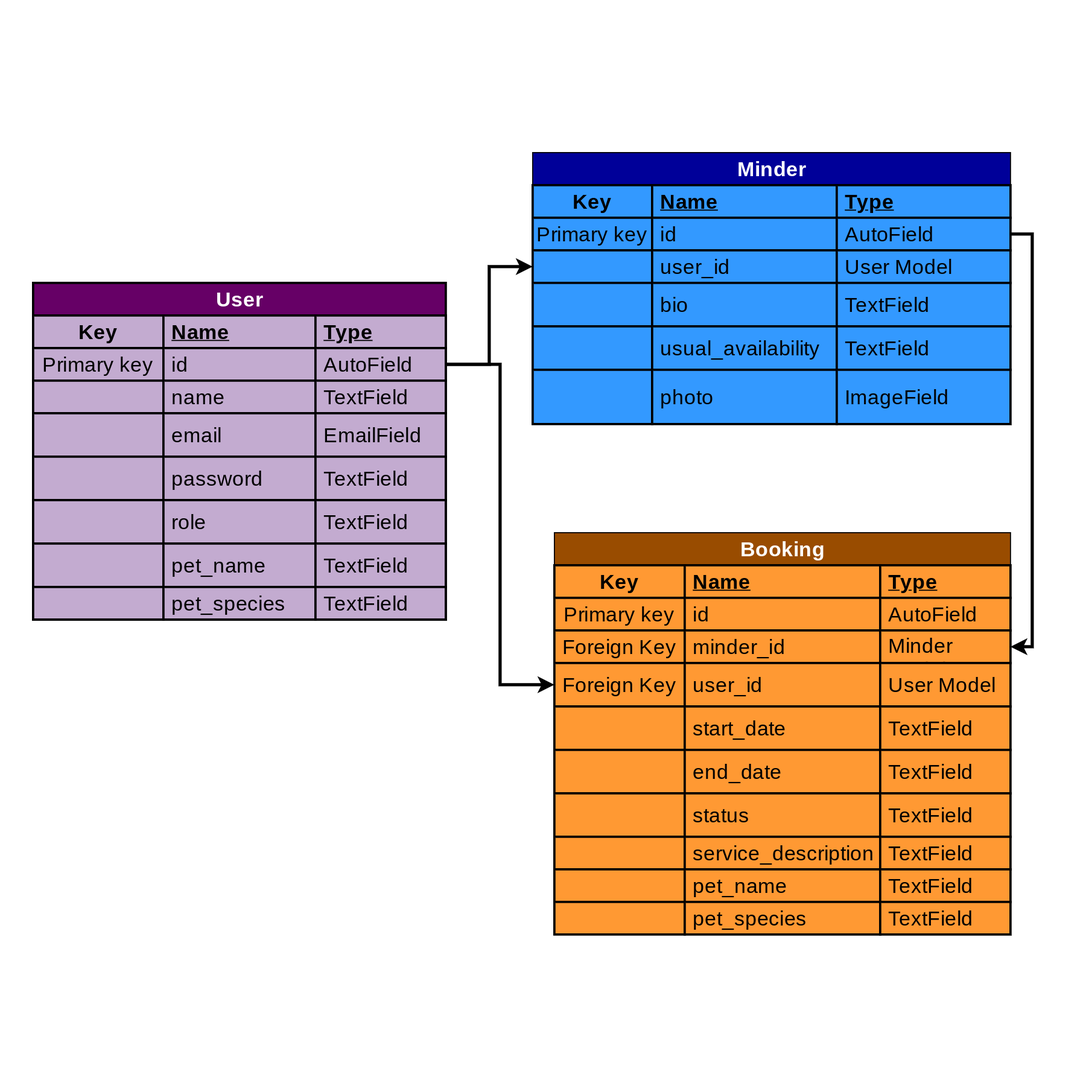
Above: readme-assets/Data-Model.png in luciotorelli/minding-paws (draw.io), before the change. Source tidied: cells renumbered, new cells last; positions are measured from the earlier drawing's top-left corner, leaving out a move shared by most shapes.
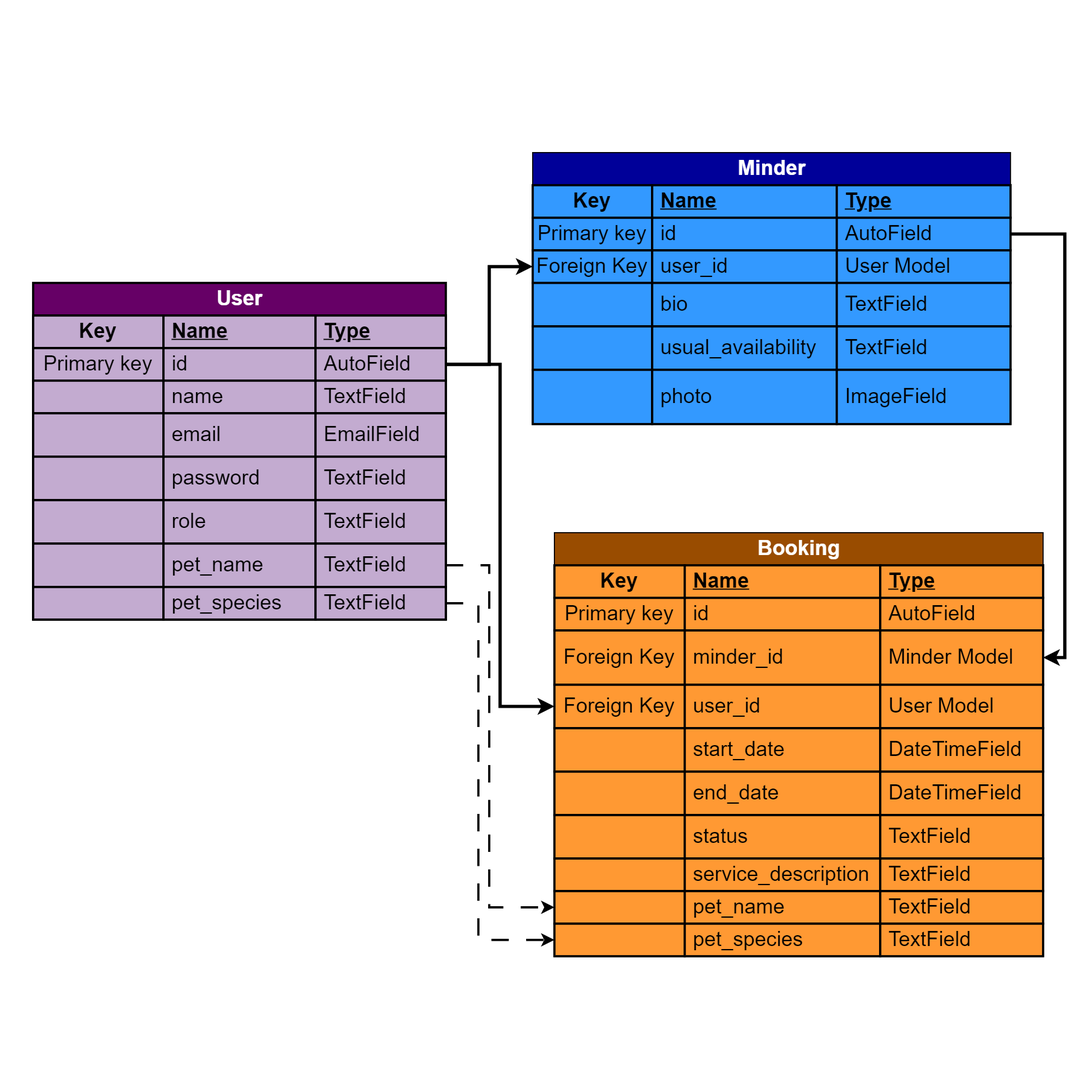
Above is the later version.

Commit message:
Update data model and add table description

+ to README

Change to the diagram source:
```diff
@@ -102,10 +102,10 @@
       <mxGeometry x="260" width="120" height="30" as="geometry" />
     </mxCell>
     <mxCell id="35" value="&lt;font style=&quot;font-size: 19px;&quot;&gt;&lt;span style=&quot;background-color: rgb(153, 76, 0); font-size: 19px;&quot;&gt;&lt;font color=&quot;#ffffff&quot; style=&quot;font-size: 19px;&quot;&gt;Booking&lt;/font&gt;&lt;/span&gt;&lt;br style=&quot;font-size: 19px;&quot;&gt;&lt;/font&gt;" style="shape=table;startSize=30;rowLines=0;fontStyle=1;align=center;html=1;resizeLastRow=1;fillColor=#994C00;fontSize=19;" parent="1" vertex="1">
-      <mxGeometry x="480" y="350" width="420" height="370" as="geometry" />
+      <mxGeometry x="480" y="350" width="450" height="390" as="geometry" />
     </mxCell>
     <mxCell id="36" style="shape=tableRow;horizontal=0;startSize=0;swimlaneHead=0;swimlaneBody=0;fillColor=none;top=0;left=0;right=0;bottom=1;fontSize=19;" parent="35" vertex="1">
-      <mxGeometry y="30" width="420" height="30" as="geometry" />
+      <mxGeometry y="30" width="450" height="30" as="geometry" />
     </mxCell>
     <mxCell id="37" value="Key" style="shape=partialRectangle;fillColor=#FF9933;top=1;left=1;bottom=1;right=1;fontStyle=1;overflow=hidden;whiteSpace=wrap;html=1;strokeWidth=2;fontSize=19;" parent="36" vertex="1">
       <mxGeometry width="120" height="30" as="geometry" />
@@ -114,10 +114,10 @@
       <mxGeometry x="120" width="180" height="30" as="geometry" />
     </mxCell>
     <mxCell id="39" value="Type" style="shape=partialRectangle;fillColor=#FF9933;top=1;left=1;bottom=1;right=1;align=left;spacingLeft=6;fontStyle=5;overflow=hidden;whiteSpace=wrap;html=1;strokeWidth=2;fontSize=19;" parent="36" vertex="1">
-      <mxGeometry x="300" width="120" height="30" as="geometry" />
+      <mxGeometry x="300" width="150" height="30" as="geometry" />
     </mxCell>
     <mxCell id="40" style="shape=tableRow;horizontal=0;startSize=0;swimlaneHead=0;swimlaneBody=0;fillColor=none;top=0;left=0;right=0;bottom=0;fontSize=19;" parent="35" vertex="1">
-      <mxGeometry y="60" width="420" height="30" as="geometry" />
+      <mxGeometry y="60" width="450" height="30" as="geometry" />
     </mxCell>
     <mxCell id="41" value="Primary key" style="shape=partialRectangle;fillColor=#FF9933;top=1;left=1;bottom=1;right=1;overflow=hidden;whiteSpace=wrap;html=1;fontSize=19;strokeWidth=2;" parent="40" vertex="1">
       <mxGeometry width="120" height="30" as="geometry" />
@@ -126,22 +126,22 @@
       <mxGeometry x="120" width="180" height="30" as="geometry" />
     </mxCell>
     <mxCell id="43" value="AutoField" style="shape=partialRectangle;fillColor=#FF9933;top=1;left=1;bottom=1;right=1;align=left;spacingLeft=6;overflow=hidden;whiteSpace=wrap;html=1;fontSize=19;strokeWidth=2;" parent="40" vertex="1">
-      <mxGeometry x="300" width="120" height="30" as="geometry" />
+      <mxGeometry x="300" width="150" height="30" as="geometry" />
     </mxCell>
     <mxCell id="44" style="shape=tableRow;horizontal=0;startSize=0;swimlaneHead=0;swimlaneBody=0;fillColor=none;points=[[0,0.5],[1,0.5]];portConstraint=eastwest;top=0;left=0;right=0;bottom=0;fontSize=19;" parent="35" vertex="1">
-      <mxGeometry y="90" width="420" height="30" as="geometry" />
+      <mxGeometry y="90" width="450" height="50" as="geometry" />
     </mxCell>
     <mxCell id="45" value="Foreign Key" style="shape=partialRectangle;fillColor=#FF9933;top=1;left=1;bottom=1;right=1;overflow=hidden;whiteSpace=wrap;html=1;fontSize=19;strokeWidth=2;" parent="44" vertex="1">
-      <mxGeometry width="120" height="30" as="geometry" />
+      <mxGeometry width="120" height="50" as="geometry" />
     </mxCell>
     <mxCell id="46" value="minder_id" style="shape=partialRectangle;fillColor=#FF9933;top=1;left=1;bottom=1;right=1;align=left;spacingLeft=6;overflow=hidden;whiteSpace=wrap;html=1;fontSize=19;strokeColor=#000000;strokeWidth=2;" parent="44" vertex="1">
-      <mxGeometry x="120" width="180" height="30" as="geometry" />
+      <mxGeometry x="120" width="180" height="50" as="geometry" />
     </mxCell>
     <mxCell id="47" value="Minder Model" style="shape=partialRectangle;fillColor=#FF9933;top=1;left=1;bottom=1;right=1;align=left;spacingLeft=6;overflow=hidden;whiteSpace=wrap;html=1;fontSize=19;strokeWidth=2;" parent="44" vertex="1">
-      <mxGeometry x="300" width="120" height="30" as="geometry" />
+      <mxGeometry x="300" width="150" height="50" as="geometry" />
     </mxCell>
     <mxCell id="48" style="shape=tableRow;horizontal=0;startSize=0;swimlaneHead=0;swimlaneBody=0;fillColor=none;points=[[0,0.5],[1,0.5]];portConstraint=eastwest;top=0;left=0;right=0;bottom=0;fontSize=19;" parent="35" vertex="1">
-      <mxGeometry y="120" width="420" height="40" as="geometry" />
+      <mxGeometry y="140" width="450" height="40" as="geometry" />
     </mxCell>
     <mxCell id="49" value="&lt;span style=&quot;color: rgb(0, 0, 0); font-family: Helvetica; font-size: 19px; font-style: normal; font-variant-ligatures: normal; font-variant-caps: normal; font-weight: 400; letter-spacing: normal; orphans: 2; text-align: center; text-indent: 0px; text-transform: none; widows: 2; word-spacing: 0px; -webkit-text-stroke-width: 0px; text-decoration-thickness: initial; text-decoration-style: initial; text-decoration-color: initial; float: none; display: inline !important;&quot;&gt;Foreign Key&lt;/span&gt;" style="shape=partialRectangle;fillColor=#FF9933;top=1;left=1;bottom=1;right=1;overflow=hidden;whiteSpace=wrap;html=1;fontSize=19;strokeWidth=2;" parent="48" vertex="1">
       <mxGeometry width="120" height="40" as="geometry" />
@@ -150,10 +150,10 @@
       <mxGeometry x="120" width="180" height="40" as="geometry" />
     </mxCell>
     <mxCell id="51" value="User Model" style="shape=partialRectangle;fillColor=#FF9933;top=1;left=1;bottom=1;right=1;align=left;spacingLeft=6;overflow=hidden;whiteSpace=wrap;html=1;fontSize=19;strokeWidth=2;" parent="48" vertex="1">
-      <mxGeometry x="300" width="120" height="40" as="geometry" />
+      <mxGeometry x="300" width="150" height="40" as="geometry" />
     </mxCell>
     <mxCell id="52" style="shape=tableRow;horizontal=0;startSize=0;swimlaneHead=0;swimlaneBody=0;fillColor=none;top=0;left=0;right=0;bottom=0;fontSize=19;" parent="35" vertex="1">
-      <mxGeometry y="160" width="420" height="40" as="geometry" />
+      <mxGeometry y="180" width="450" height="40" as="geometry" />
     </mxCell>
     <mxCell id="53" style="shape=partialRectangle;fillColor=#FF9933;top=1;left=1;bottom=1;right=1;overflow=hidden;whiteSpace=wrap;html=1;fontSize=19;strokeWidth=2;" parent="52" vertex="1">
       <mxGeometry width="120" height="40" as="geometry" />
@@ -161,11 +161,11 @@
     <mxCell id="54" value="start_date" style="shape=partialRectangle;fillColor=#FF9933;top=1;left=1;bottom=1;right=1;align=left;spacingLeft=6;overflow=hidden;whiteSpace=wrap;html=1;fontSize=19;strokeColor=#000000;strokeWidth=2;" parent="52" vertex="1">
       <mxGeometry x="120" width="180" height="40" as="geometry" />
     </mxCell>
-    <mxCell id="55" value="TextField" style="shape=partialRectangle;fillColor=#FF9933;top=1;left=1;bottom=1;right=1;align=left;spacingLeft=6;overflow=hidden;whiteSpace=wrap;html=1;fontSize=19;strokeWidth=2;" parent="52" vertex="1">
-      <mxGeometry x="300" width="120" height="40" as="geometry" />
+    <mxCell id="55" value="DateTimeField" style="shape=partialRectangle;fillColor=#FF9933;top=1;left=1;bottom=1;right=1;align=left;spacingLeft=6;overflow=hidden;whiteSpace=wrap;html=1;fontSize=19;strokeWidth=2;" parent="52" vertex="1">
+      <mxGeometry x="300" width="150" height="40" as="geometry" />
     </mxCell>
     <mxCell id="56" style="shape=tableRow;horizontal=0;startSize=0;swimlaneHead=0;swimlaneBody=0;fillColor=none;top=0;left=0;right=0;bottom=0;fontSize=19;" parent="35" vertex="1">
-      <mxGeometry y="200" width="420" height="40" as="geometry" />
+      <mxGeometry y="220" width="450" height="40" as="geometry" />
     </mxCell>
     <mxCell id="57" style="shape=partialRectangle;fillColor=#FF9933;top=1;left=1;bottom=1;right=1;overflow=hidden;whiteSpace=wrap;html=1;fontSize=19;strokeWidth=2;" parent="56" vertex="1">
       <mxGeometry width="120" height="40" as="geometry" />
@@ -173,11 +173,11 @@
     <mxCell id="58" value="end_date" style="shape=partialRectangle;fillColor=#FF9933;top=1;left=1;bottom=1;right=1;align=left;spacingLeft=6;overflow=hidden;whiteSpace=wrap;html=1;fontSize=19;strokeColor=#000000;strokeWidth=2;" parent="56" vertex="1">
       <mxGeometry x="120" width="180" height="40" as="geometry" />
     </mxCell>
-    <mxCell id="59" value="TextField" style="shape=partialRectangle;fillColor=#FF9933;top=1;left=1;bottom=1;right=1;align=left;spacingLeft=6;overflow=hidden;whiteSpace=wrap;html=1;fontSize=19;strokeWidth=2;" parent="56" vertex="1">
-      <mxGeometry x="300" width="120" height="40" as="geometry" />
+    <mxCell id="59" value="DateTimeField" style="shape=partialRectangle;fillColor=#FF9933;top=1;left=1;bottom=1;right=1;align=left;spacingLeft=6;overflow=hidden;whiteSpace=wrap;html=1;fontSize=19;strokeWidth=2;" parent="56" vertex="1">
+      <mxGeometry x="300" width="150" height="40" as="geometry" />
     </mxCell>
     <mxCell id="60" style="shape=tableRow;horizontal=0;startSize=0;swimlaneHead=0;swimlaneBody=0;fillColor=none;top=0;left=0;right=0;bottom=0;fontSize=19;" parent="35" vertex="1">
-      <mxGeometry y="240" width="420" height="40" as="geometry" />
+      <mxGeometry y="260" width="450" height="40" as="geometry" />
     </mxCell>
     <mxCell id="61" style="shape=partialRectangle;fillColor=#FF9933;top=1;left=1;bottom=1;right=1;overflow=hidden;whiteSpace=wrap;html=1;fontSize=19;strokeWidth=2;" parent="60" vertex="1">
       <mxGeometry width="120" height="40" as="geometry" />
@@ -186,10 +186,10 @@
       <mxGeometry x="120" width="180" height="40" as="geometry" />
     </mxCell>
     <mxCell id="63" value="TextField" style="shape=partialRectangle;fillColor=#FF9933;top=1;left=1;bottom=1;right=1;align=left;spacingLeft=6;overflow=hidden;whiteSpace=wrap;html=1;fontSize=19;strokeWidth=2;" parent="60" vertex="1">
-      <mxGeometry x="300" width="120" height="40" as="geometry" />
+      <mxGeometry x="300" width="150" height="40" as="geometry" />
     </mxCell>
     <mxCell id="64" style="shape=tableRow;horizontal=0;startSize=0;swimlaneHead=0;swimlaneBody=0;fillColor=none;top=0;left=0;right=0;bottom=0;fontSize=19;" parent="35" vertex="1">
-      <mxGeometry y="280" width="420" height="30" as="geometry" />
+      <mxGeometry y="300" width="450" height="30" as="geometry" />
     </mxCell>
     <mxCell id="65" style="shape=partialRectangle;fillColor=#FF9933;top=1;left=1;bottom=1;right=1;overflow=hidden;whiteSpace=wrap;html=1;fontSize=19;strokeWidth=2;" parent="64" vertex="1">
       <mxGeometry width="120" height="30" as="geometry" />
@@ -198,10 +198,10 @@
       <mxGeometry x="120" width="180" height="30" as="geometry" />
     </mxCell>
     <mxCell id="67" value="TextField" style="shape=partialRectangle;fillColor=#FF9933;top=1;left=1;bottom=1;right=1;align=left;spacingLeft=6;overflow=hidden;whiteSpace=wrap;html=1;fontSize=19;strokeWidth=2;" parent="64" vertex="1">
-      <mxGeometry x="300" width="120" height="30" as="geometry" />
+      <mxGeometry x="300" width="150" height="30" as="geometry" />
     </mxCell>
     <mxCell id="68" style="shape=tableRow;horizontal=0;startSize=0;swimlaneHead=0;swimlaneBody=0;fillColor=none;points=[[0,0.5],[1,0.5]];portConstraint=eastwest;top=0;left=0;right=0;bottom=0;fontSize=19;" parent="35" vertex="1">
-      <mxGeometry y="310" width="420" height="30" as="geometry" />
+      <mxGeometry y="330" width="450" height="30" as="geometry" />
     </mxCell>
     <mxCell id="69" style="shape=partialRectangle;fillColor=#FF9933;top=1;left=1;bottom=1;right=1;overflow=hidden;whiteSpace=wrap;html=1;fontSize=19;strokeWidth=2;" parent="68" vertex="1">
       <mxGeometry width="120" height="30" as="geometry" />
@@ -210,10 +210,10 @@
       <mxGeometry x="120" width="180" height="30" as="geometry" />
     </mxCell>
     <mxCell id="71" value="TextField" style="shape=partialRectangle;fillColor=#FF9933;top=1;left=1;bottom=1;right=1;align=left;spacingLeft=6;overflow=hidden;whiteSpace=wrap;html=1;fontSize=19;strokeWidth=2;" parent="68" vertex="1">
-      <mxGeometry x="300" width="120" height="30" as="geometry" />
+      <mxGeometry x="300" width="150" height="30" as="geometry" />
     </mxCell>
     <mxCell id="72" style="shape=tableRow;horizontal=0;startSize=0;swimlaneHead=0;swimlaneBody=0;fillColor=none;points=[[0,0.5],[1,0.5]];portConstraint=eastwest;top=0;left=0;right=0;bottom=0;fontSize=19;" parent="35" vertex="1">
-      <mxGeometry y="340" width="420" height="30" as="geometry" />
+      <mxGeometry y="360" width="450" height="30" as="geometry" />
     </mxCell>
     <mxCell id="73" style="shape=partialRectangle;fillColor=#FF9933;top=1;left=1;bottom=1;right=1;overflow=hidden;whiteSpace=wrap;html=1;fontSize=19;strokeWidth=2;" parent="72" vertex="1">
       <mxGeometry width="120" height="30" as="geometry" />
@@ -222,7 +222,7 @@
       <mxGeometry x="120" width="180" height="30" as="geometry" />
     </mxCell>
     <mxCell id="75" value="TextField" style="shape=partialRectangle;fillColor=#FF9933;top=1;left=1;bottom=1;right=1;align=left;spacingLeft=6;overflow=hidden;whiteSpace=wrap;html=1;fontSize=19;strokeWidth=2;" parent="72" vertex="1">
-      <mxGeometry x="300" width="120" height="30" as="geometry" />
+      <mxGeometry x="300" width="150" height="30" as="geometry" />
     </mxCell>
     <mxCell id="76" value="&lt;font color=&quot;#ffffff&quot; style=&quot;font-size: 19px; background-color: rgb(0, 0, 153);&quot;&gt;Minder&lt;/font&gt;" style="shape=table;startSize=30;rowLines=0;fontStyle=1;align=center;html=1;resizeLastRow=1;fillColor=#000099;fontSize=19;" parent="1" vertex="1">
       <mxGeometry x="460" width="440" height="250" as="geometry" />
@@ -254,7 +254,7 @@
     <mxCell id="85" style="shape=tableRow;horizontal=0;startSize=0;swimlaneHead=0;swimlaneBody=0;fillColor=none;points=[[0,0.5],[1,0.5]];portConstraint=eastwest;top=0;left=0;right=0;bottom=0;fontSize=19;" parent="76" vertex="1">
       <mxGeometry y="90" width="440" height="30" as="geometry" />
     </mxCell>
-    <mxCell id="86" style="shape=partialRectangle;fillColor=#3399FF;top=1;left=1;bottom=1;right=1;overflow=hidden;whiteSpace=wrap;html=1;fontSize=19;strokeWidth=2;" parent="85" vertex="1">
+    <mxCell id="86" value="Foreign Key" style="shape=partialRectangle;fillColor=#3399FF;top=1;left=1;bottom=1;right=1;overflow=hidden;whiteSpace=wrap;html=1;fontSize=19;strokeWidth=2;" parent="85" vertex="1">
       <mxGeometry width="110" height="30" as="geometry" />
     </mxCell>
     <mxCell id="87" value="user_id" style="shape=partialRectangle;fillColor=#3399FF;top=1;left=1;bottom=1;right=1;align=left;spacingLeft=6;overflow=hidden;whiteSpace=wrap;html=1;fontSize=19;strokeWidth=2;" parent="85" vertex="1">
@@ -308,5 +308,21 @@
     <mxCell id="103" style="edgeStyle=orthogonalEdgeStyle;rounded=0;jettySize=auto;html=1;exitX=1;exitY=0.5;exitDx=0;exitDy=0;strokeWidth=3;fontSize=19;" parent="1" edge="1" source="7" target="85">
       <mxGeometry relative="1" as="geometry" />
     </mxCell>
+    <mxCell id="104" style="edgeStyle=orthogonalEdgeStyle;rounded=0;jettySize=auto;html=1;exitX=1;exitY=0.5;exitDx=0;exitDy=0;entryX=0;entryY=0.5;entryDx=0;entryDy=0;dashed=1;dashPattern=8 8;strokeWidth=2;" parent="1" edge="1" source="31" target="72">
+      <mxGeometry relative="1" as="geometry">
+        <Array as="points">
+          <mxPoint x="410" y="415" />
+          <mxPoint x="410" y="725" />
+        </Array>
+      </mxGeometry>
+    </mxCell>
+    <mxCell id="105" style="edgeStyle=orthogonalEdgeStyle;rounded=0;jettySize=auto;html=1;exitX=1;exitY=0.5;exitDx=0;exitDy=0;entryX=0;entryY=0.5;entryDx=0;entryDy=0;dashed=1;dashPattern=8 8;strokeWidth=2;" parent="1" edge="1" source="27" target="68">
+      <mxGeometry relative="1" as="geometry">
+        <Array as="points">
+          <mxPoint x="420" y="380" />
+          <mxPoint x="420" y="695" />
+        </Array>
+      </mxGeometry>
+    </mxCell>
   </root>
 </mxGraphModel>
```
